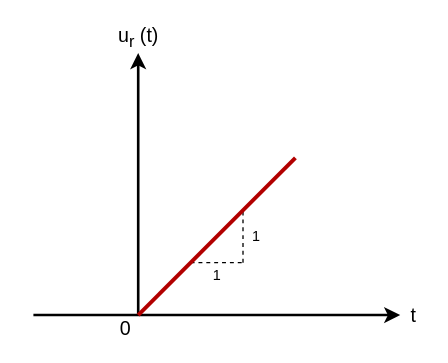
Before: Week7/Drawings/Unit Ramp.drawio in Dengesizizm/ME462Project, a draw.io diagram. Source tidied: cells renumbered, new cells numbered last; positions are measured from the earlier drawing's top-left corner, leaving out a move shared by most shapes. Both pictures are drawn from the tidied source at 131%, with x=0, y=0 at pixel (33, 24).
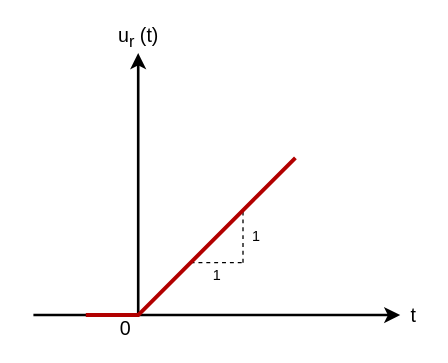
After the change.

Change to the diagram source:
```diff
@@
 <mxGraphModel>
   <root>
     <mxCell id="0" />
     <mxCell id="1" parent="0" />
     <mxCell id="2" style="endArrow=classic;html=1;strokeWidth=2;" parent="1" edge="1">
       <mxGeometry relative="1" as="geometry">
         <mxPoint x="80" y="222" as="sourcePoint" />
         <mxPoint x="80" y="22" as="targetPoint" />
       </mxGeometry>
     </mxCell>
     <mxCell id="3" style="endArrow=classic;html=1;strokeWidth=2;" parent="1" edge="1">
       <mxGeometry relative="1" as="geometry">
         <mxPoint y="222" as="sourcePoint" />
         <mxPoint x="280" y="222" as="targetPoint" />
       </mxGeometry>
     </mxCell>
     <mxCell id="4" value="&lt;font style=&quot;font-size: 15px&quot;&gt;t&lt;/font&gt;" style="text;html=1;align=center;verticalAlign=middle;" parent="1" vertex="1">
       <mxGeometry x="280" y="212" width="20" height="20" as="geometry" />
     </mxCell>
     <mxCell id="5" value="&lt;font style=&quot;font-size: 15px&quot;&gt;0&lt;/font&gt;" style="text;html=1;align=center;verticalAlign=middle;" parent="1" vertex="1">
       <mxGeometry x="60" y="222" width="20" height="20" as="geometry" />
     </mxCell>
     <mxCell id="6" value="&lt;font style=&quot;font-size: 15px&quot;&gt;u&lt;sub&gt;r&lt;/sub&gt; (t)&lt;/font&gt;" style="text;html=1;align=center;verticalAlign=middle;" parent="1" vertex="1">
       <mxGeometry x="55" width="50" height="20" as="geometry" />
     </mxCell>
     <mxCell id="7" value="1" style="endArrow=none;dashed=1;html=1;strokeWidth=1;" parent="1" edge="1">
       <mxGeometry y="-10" relative="1" as="geometry">
         <mxPoint x="160" y="182" as="sourcePoint" />
         <mxPoint x="160" y="142" as="targetPoint" />
       </mxGeometry>
     </mxCell>
     <mxCell id="8" value="1" style="endArrow=none;dashed=1;html=1;strokeWidth=1;" parent="1" edge="1">
       <mxGeometry y="-10" relative="1" as="geometry">
         <mxPoint x="120" y="182" as="sourcePoint" />
         <mxPoint x="160" y="182" as="targetPoint" />
       </mxGeometry>
     </mxCell>
-    <mxCell id="9" style="endArrow=none;html=1;strokeWidth=3;fillColor=#e51400;strokeColor=#B20000;" parent="1" edge="1">
+    <mxCell id="9" style="endArrow=none;html=1;strokeWidth=3;fillColor=#e51400;strokeColor=#B20000;rounded=0;" parent="1" edge="1">
       <mxGeometry relative="1" as="geometry">
-        <mxPoint x="80" y="222" as="sourcePoint" />
+        <mxPoint x="40" y="222" as="sourcePoint" />
         <mxPoint x="200" y="102" as="targetPoint" />
+        <Array as="points">
+          <mxPoint x="80" y="222" />
+        </Array>
       </mxGeometry>
     </mxCell>
   </root>
 </mxGraphModel>
```
